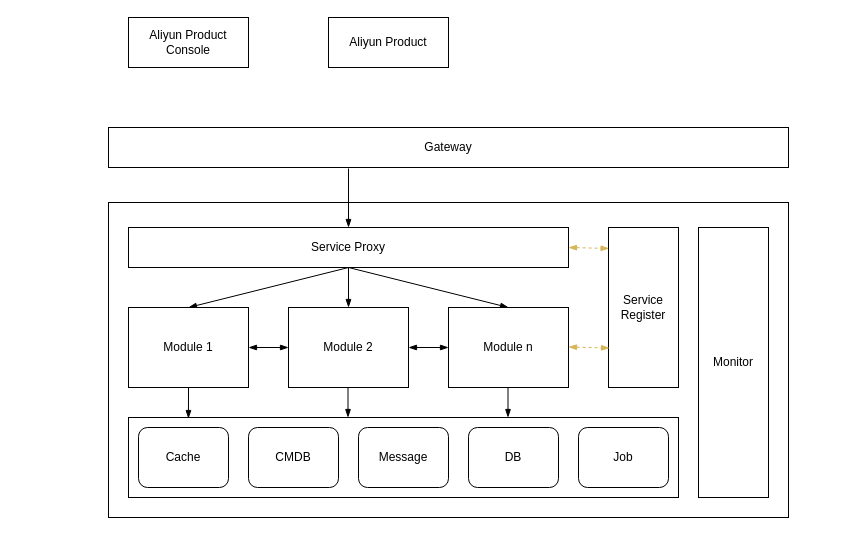
Before: vh.drawio in trey03/draw, a draw.io diagram. Source tidied: cells renumbered, new cells numbered last; positions are measured from the earlier drawing's top-left corner, leaving out a move shared by most shapes. Both pictures are drawn from the tidied source at 100%, with x=0, y=0 at pixel (108, 17).
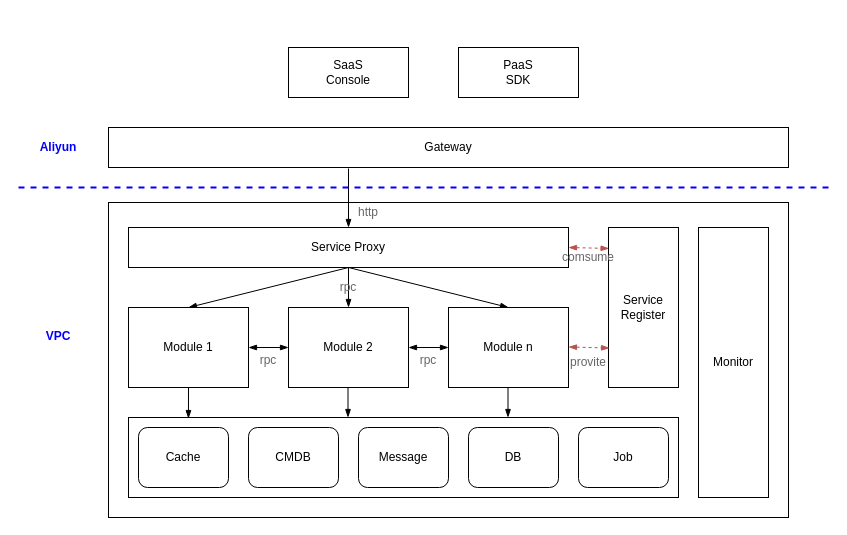
Above is the later version.

Unchanged cells that the change refers to:
```xml
<mxCell id="9" value="Service Proxy" style="rounded=0;whiteSpace=wrap;html=1;" parent="1" vertex="1">
  <mxGeometry x="20" y="210" width="440" height="40" as="geometry" />
</mxCell>
<mxCell id="16" value="Service&lt;br&gt;Register" style="rounded=0;whiteSpace=wrap;html=1;" parent="1" vertex="1">
  <mxGeometry x="500" y="210" width="70" height="160" as="geometry" />
</mxCell>
```

The edit, as a diff of the source:
```diff
@@
-    <mxCell id="5" style="edgeStyle=none;rounded=0;jettySize=auto;html=1;startArrow=blockThin;startFill=1;endArrow=blockThin;endFill=1;exitX=1;exitY=0.5;exitDx=0;exitDy=0;entryX=0.008;entryY=0.131;entryDx=0;entryDy=0;entryPerimeter=0;dashed=1;fillColor=#fff2cc;strokeColor=#d6b656;" parent="1" edge="1" source="9" target="16">
+    <mxCell id="5" style="edgeStyle=none;rounded=0;jettySize=auto;html=1;startArrow=blockThin;startFill=1;endArrow=blockThin;endFill=1;exitX=1;exitY=0.5;exitDx=0;exitDy=0;entryX=0.008;entryY=0.131;entryDx=0;entryDy=0;entryPerimeter=0;dashed=1;fillColor=#f8cecc;strokeColor=#b85450;" parent="1" edge="1" source="9" target="16">
       <mxGeometry relative="1" as="geometry" />
     </mxCell>
@@
-    <mxCell id="17" style="edgeStyle=none;rounded=0;orthogonalLoop=1;jettySize=auto;html=1;startArrow=blockThin;startFill=1;endArrow=blockThin;endFill=1;exitX=1;exitY=0.5;exitDx=0;exitDy=0;entryX=0.008;entryY=0.131;entryDx=0;entryDy=0;entryPerimeter=0;dashed=1;fillColor=#fff2cc;strokeColor=#d6b656;" parent="1" edge="1">
+    <mxCell id="17" style="edgeStyle=none;rounded=0;orthogonalLoop=1;jettySize=auto;html=1;startArrow=blockThin;startFill=1;endArrow=blockThin;endFill=1;exitX=1;exitY=0.5;exitDx=0;exitDy=0;entryX=0.008;entryY=0.131;entryDx=0;entryDy=0;entryPerimeter=0;dashed=1;fillColor=#f8cecc;strokeColor=#b85450;" parent="1" edge="1">
       <mxGeometry relative="1" as="geometry">
         <mxPoint x="460" y="329.5" as="sourcePoint" />
         <mxPoint x="501" y="330.5" as="targetPoint" />
       </mxGeometry>
     </mxCell>
@@
-    <mxCell id="27" value="Aliyun Product&lt;br&gt;Console" style="rounded=0;whiteSpace=wrap;html=1;" parent="1" vertex="1">
-      <mxGeometry x="20" width="120" height="50" as="geometry" />
+    <mxCell id="27" value="SaaS&lt;br&gt;Console" style="rounded=0;whiteSpace=wrap;html=1;" parent="1" vertex="1">
+      <mxGeometry x="180" y="30" width="120" height="50" as="geometry" />
     </mxCell>
-    <mxCell id="28" value="Aliyun Product" style="rounded=0;whiteSpace=wrap;html=1;" parent="1" vertex="1">
-      <mxGeometry x="220" width="120" height="50" as="geometry" />
+    <mxCell id="28" value="PaaS &lt;br&gt;SDK" style="rounded=0;whiteSpace=wrap;html=1;" parent="1" vertex="1">
+      <mxGeometry x="350" y="30" width="120" height="50" as="geometry" />
     </mxCell>
+    <mxCell id="29" value="Aliyun" style="text;html=1;strokeColor=none;fillColor=none;align=center;verticalAlign=middle;whiteSpace=wrap;rounded=0;fontStyle=1;fontColor=#0000FF;" parent="1" vertex="1">
+      <mxGeometry x="-70" y="120" width="40" height="20" as="geometry" />
+    </mxCell>
+    <mxCell id="30" value="VPC" style="text;html=1;strokeColor=none;fillColor=none;align=center;verticalAlign=middle;whiteSpace=wrap;rounded=0;fontStyle=1;fontColor=#0000FF;" parent="1" vertex="1">
+      <mxGeometry x="-70" y="309" width="40" height="20" as="geometry" />
+    </mxCell>
+    <mxCell id="31" style="endArrow=none;dashed=1;html=1;fontColor=#0000FF;strokeColor=#0000FF;strokeWidth=2;" parent="1" edge="1">
+      <mxGeometry relative="1" as="geometry">
+        <mxPoint x="-90" y="170" as="sourcePoint" />
+        <mxPoint x="720" y="170" as="targetPoint" />
+      </mxGeometry>
+    </mxCell>
+    <mxCell id="32" value="rpc" style="text;html=1;strokeColor=none;fillColor=none;align=center;verticalAlign=middle;whiteSpace=wrap;rounded=0;fontColor=#666666;" parent="1" vertex="1">
+      <mxGeometry x="220" y="260" width="40" height="20" as="geometry" />
+    </mxCell>
+    <mxCell id="33" value="rpc" style="text;html=1;strokeColor=none;fillColor=none;align=center;verticalAlign=middle;whiteSpace=wrap;rounded=0;fontColor=#666666;" parent="1" vertex="1">
+      <mxGeometry x="140" y="332.5" width="40" height="20" as="geometry" />
+    </mxCell>
+    <mxCell id="34" value="http" style="text;html=1;strokeColor=none;fillColor=none;align=center;verticalAlign=middle;whiteSpace=wrap;rounded=0;fontColor=#666666;" parent="1" vertex="1">
+      <mxGeometry x="240" y="185" width="40" height="20" as="geometry" />
+    </mxCell>
+    <mxCell id="35" value="rpc" style="text;html=1;strokeColor=none;fillColor=none;align=center;verticalAlign=middle;whiteSpace=wrap;rounded=0;fontColor=#666666;" parent="1" vertex="1">
+      <mxGeometry x="300" y="332.5" width="40" height="20" as="geometry" />
+    </mxCell>
+    <mxCell id="36" value="provite" style="text;html=1;strokeColor=none;fillColor=none;align=center;verticalAlign=middle;whiteSpace=wrap;rounded=0;fontColor=#666666;" parent="1" vertex="1">
+      <mxGeometry x="460" y="335" width="40" height="20" as="geometry" />
+    </mxCell>
+    <mxCell id="37" value="comsume" style="text;html=1;strokeColor=none;fillColor=none;align=center;verticalAlign=middle;whiteSpace=wrap;rounded=0;fontColor=#666666;" parent="1" vertex="1">
+      <mxGeometry x="460" y="230" width="40" height="20" as="geometry" />
+    </mxCell>
```
